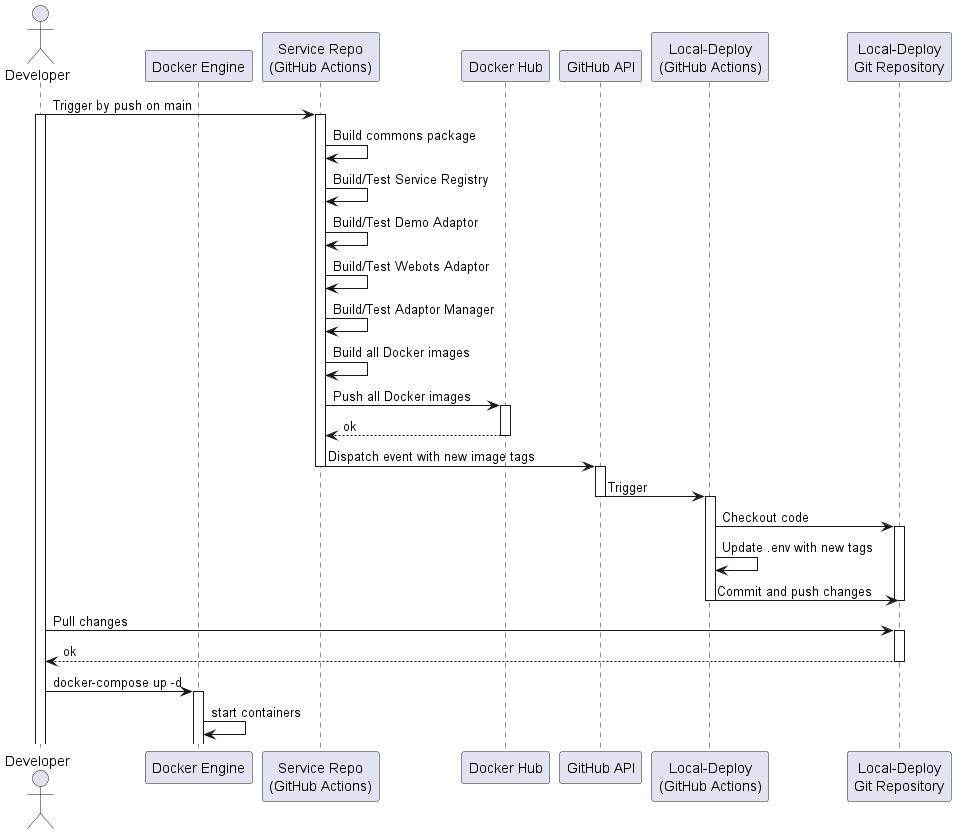
Before: continuous-integration/workflow.png, a diagram exported from PlantUML (jku-swe-simcomp/project-management). Source of this version:
```plantuml
@startuml
actor Developer
participant "Docker Engine" as Engine
participant "Service Repo\n(GitHub Actions)" as SourceRepo
participant "Docker Hub" as Docker
participant "GitHub API" as GitHubAPI
participant "Local-Deploy\n(GitHub Actions)" as TargetRepo
participant "Local-Deploy\nGit Repository" as TargetGit

Developer -> SourceRepo: Trigger by push on main
activate Developer
activate SourceRepo

SourceRepo -> SourceRepo: Build commons package
SourceRepo -> SourceRepo: Build/Test Service Registry
SourceRepo -> SourceRepo: Build/Test Demo Adaptor
SourceRepo -> SourceRepo: Build/Test Webots Adaptor
SourceRepo -> SourceRepo: Build/Test Adaptor Manager
SourceRepo -> SourceRepo: Build all Docker images
SourceRepo -> Docker: Push all Docker images
activate Docker
Docker --> SourceRepo: ok
deactivate Docker
SourceRepo -> GitHubAPI: Dispatch event with new image tags
deactivate SourceRepo
activate GitHubAPI

GitHubAPI -> TargetRepo: Trigger
deactivate GitHubAPI
activate TargetRepo

TargetRepo -> TargetGit: Checkout code
activate TargetGit

TargetRepo -> TargetRepo: Update .env with new tags
TargetRepo -> TargetGit: Commit and push changes
deactivate TargetGit
deactivate TargetRepo

Developer -> TargetGit: Pull changes
activate TargetGit
TargetGit --> Developer: ok
deactivate TargetGit

Developer -> Engine: docker-compose up -d
activate Engine
Engine -> Engine: start containers
@enduml
```
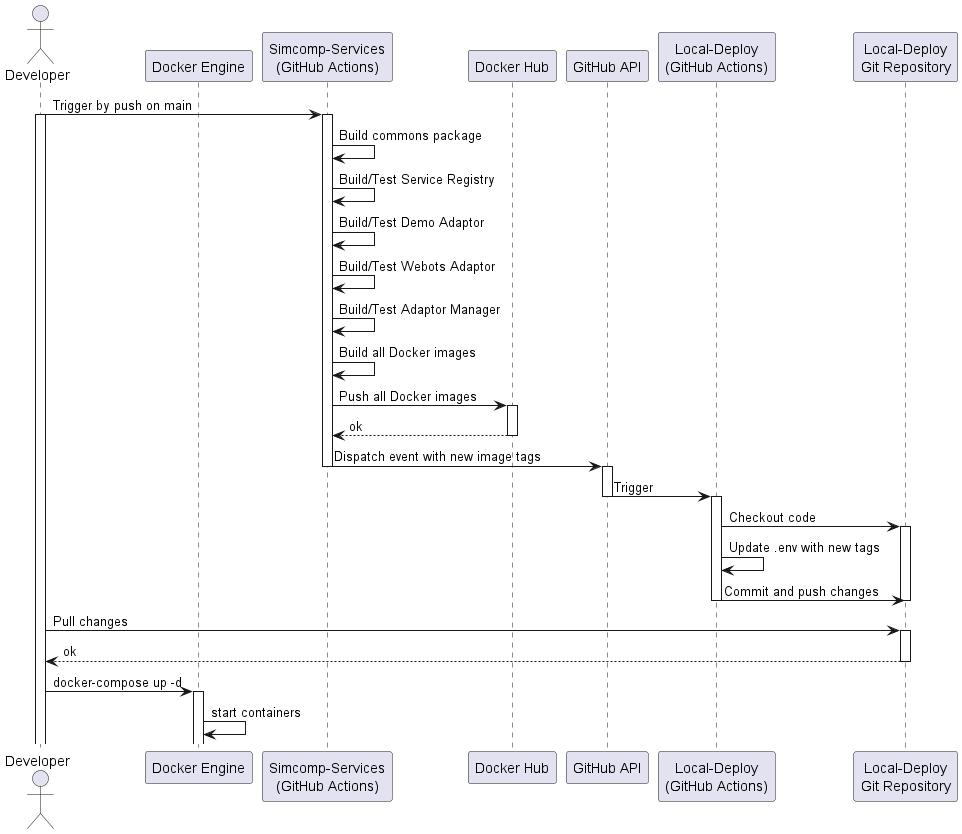
Above is the later version.

What changed in the source:
```diff
@@ -1,7 +1,7 @@
 @startuml
 actor Developer
 participant "Docker Engine" as Engine
-participant "Service Repo\n(GitHub Actions)" as SourceRepo
+participant "Simcomp-Services\n(GitHub Actions)" as SourceRepo
 participant "Docker Hub" as Docker
 participant "GitHub API" as GitHubAPI
 participant "Local-Deploy\n(GitHub Actions)" as TargetRepo
```
